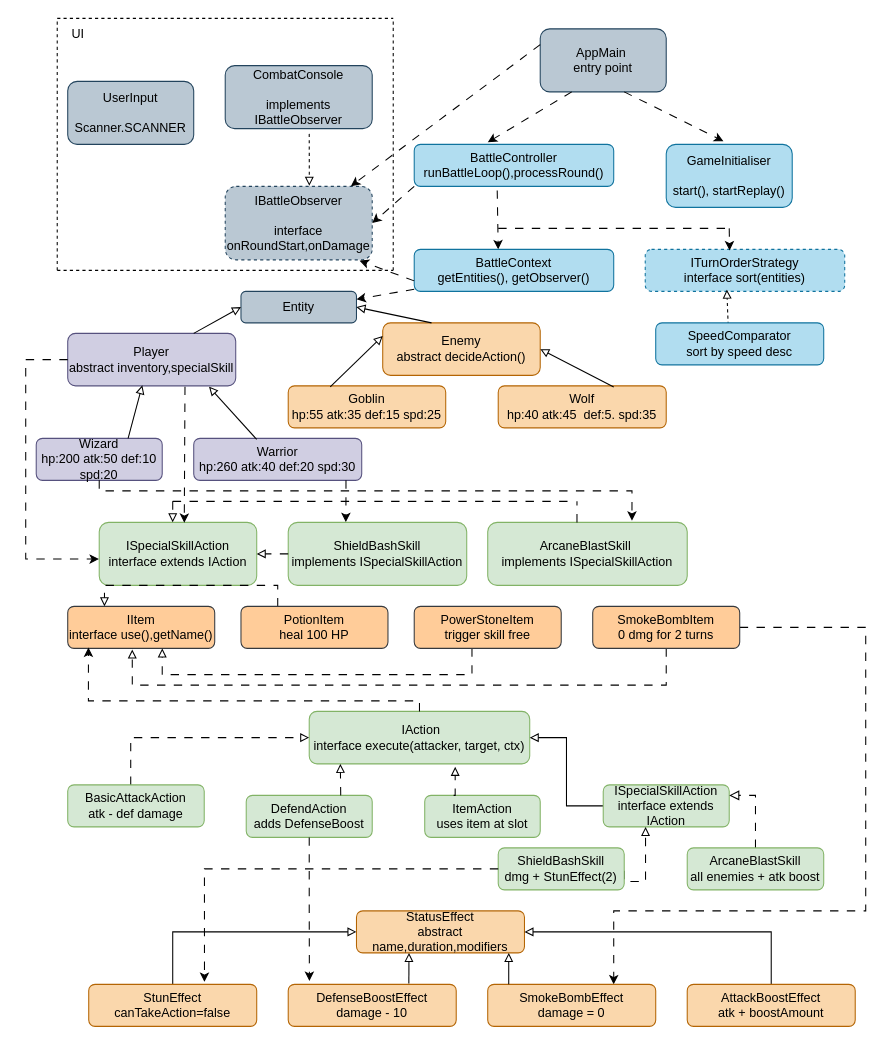
Above: 2002 UML Diagram.drawio in bebonger/SC2002-OOP-Assignment (draw.io), before the change. Source tidied: cells renumbered, new cells numbered last; positions are measured from the earlier drawing's top-left corner, leaving out a move shared by most shapes. Both pictures are drawn from the tidied source at 105%, with x=0, y=0 at pixel (25, 18).
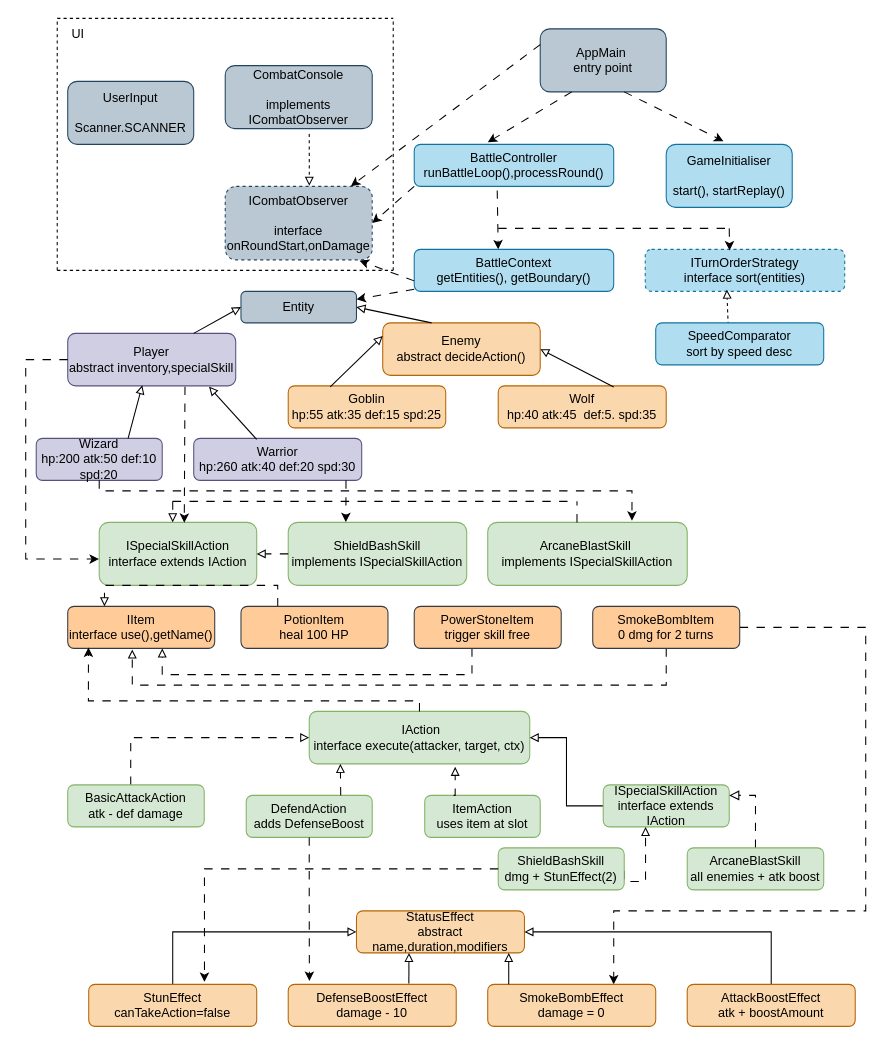
After the change.

What changed in the source:
```diff
@@
-    <mxCell id="2" value="IBattleObserver&lt;div&gt;&lt;br&gt;&lt;/div&gt;&lt;div&gt;interface onRoundStart,onDamage&lt;/div&gt;" style="rounded=1;whiteSpace=wrap;html=1;fillColor=#bac8d3;strokeColor=#23445d;dashed=1;" parent="1" vertex="1">
+    <mxCell id="2" value="ICombatObserver&lt;div&gt;&lt;br&gt;&lt;/div&gt;&lt;div&gt;interface onRoundStart,onDamage&lt;/div&gt;" style="rounded=1;whiteSpace=wrap;html=1;fillColor=#bac8d3;strokeColor=#23445d;dashed=1;" parent="1" vertex="1">
       <mxGeometry x="190" y="160" width="140" height="70" as="geometry" />
     </mxCell>
-    <mxCell id="3" value="CombatConsole&lt;div&gt;&lt;br&gt;&lt;/div&gt;&lt;div&gt;implements IBattleObserver&lt;/div&gt;" style="rounded=1;whiteSpace=wrap;html=1;fillColor=#bac8d3;strokeColor=#23445d;" parent="1" vertex="1">
+    <mxCell id="3" value="CombatConsole&lt;div&gt;&lt;br&gt;&lt;/div&gt;&lt;div&gt;implements ICombatObserver&lt;/div&gt;" style="rounded=1;whiteSpace=wrap;html=1;fillColor=#bac8d3;strokeColor=#23445d;" parent="1" vertex="1">
       <mxGeometry x="190" y="45" width="140" height="60" as="geometry" />
     </mxCell>
@@
-    <mxCell id="16" value="BattleContext&lt;div&gt;getEntities(), getObserver()&lt;/div&gt;" style="rounded=1;whiteSpace=wrap;html=1;fillColor=#b1ddf0;strokeColor=#10739e;" parent="1" vertex="1">
+    <mxCell id="16" value="BattleContext&lt;div&gt;getEntities(), getBoundary()&lt;/div&gt;" style="rounded=1;whiteSpace=wrap;html=1;fillColor=#b1ddf0;strokeColor=#10739e;" parent="1" vertex="1">
       <mxGeometry x="370" y="220" width="190" height="40" as="geometry" />
     </mxCell>
```
